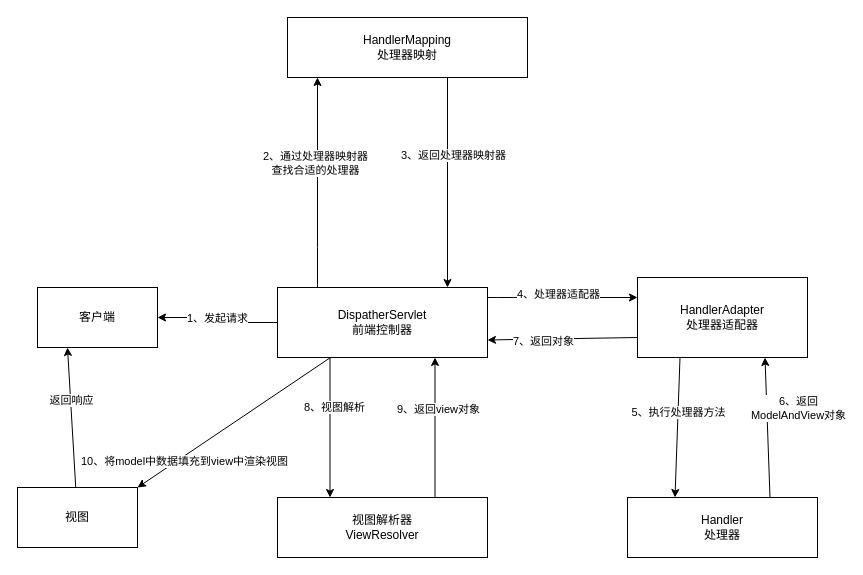
linbingxing/mind keeps this draw.io diagram as Spring MVC源码解析.drawio. Above is the earlier version. Source tidied: cells renumbered, new cells numbered last; positions are measured from the earlier drawing's top-left corner, leaving out a move shared by most shapes. Both pictures are drawn from the tidied source at 100%, with x=0, y=0 at pixel (17, 17).
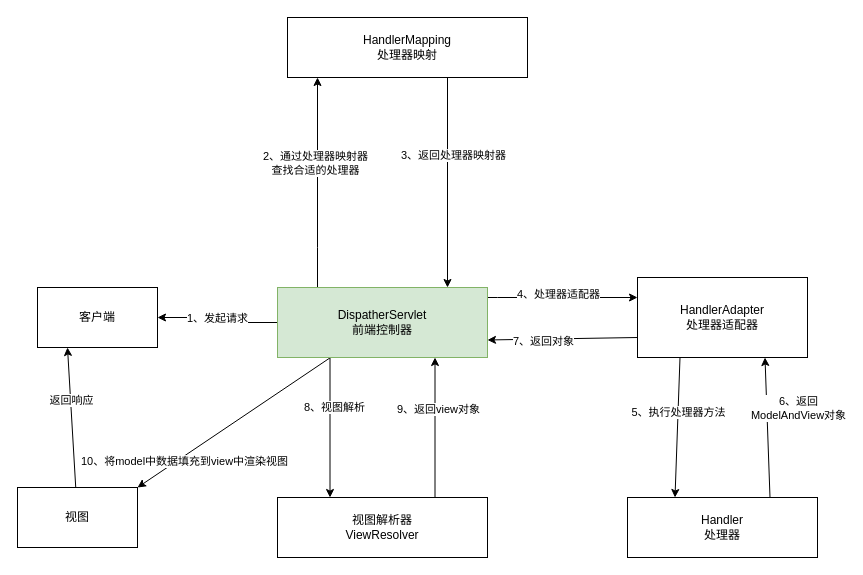
After the change.

Commit message:
更新Spring MVC源码解析.drawio

Diff of the diagram source:
```diff
@@
-    <mxCell id="12" value="DispatherServlet&lt;br&gt;前端控制器" style="rounded=0;whiteSpace=wrap;html=1;" parent="1" vertex="1">
+    <mxCell id="12" value="DispatherServlet&lt;br&gt;前端控制器" style="rounded=0;whiteSpace=wrap;html=1;fillColor=#d5e8d4;strokeColor=#82b366;" parent="1" vertex="1">
       <mxGeometry x="260" y="270" width="210" height="70" as="geometry" />
     </mxCell>
```
